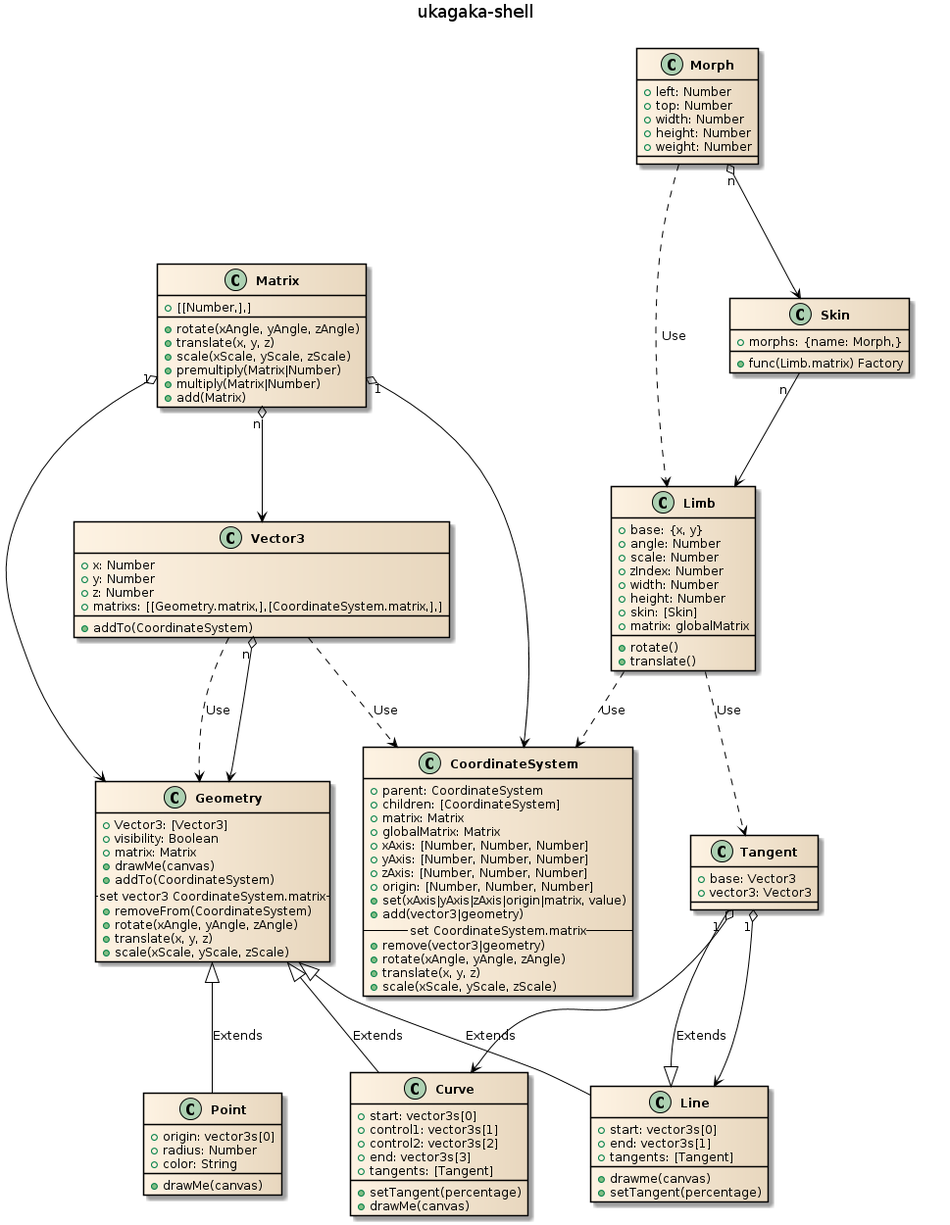
The PlantUML diagram ukagaka-shell.png in defims/ukagaka, before a commit. Source of this version:
```plantuml
@startuml
skinparam backgroundColor transparent
skinparam class{
    backgroundColor #fef3e3|#e8d7be
    borderColor black
    ArrowColor black
    fontName    sans-serif
    fontStyle   bold
}
skinparam classAttributeFontName sans-serif
skinparam classAttributeFontSize 12
title ukagaka-shell

class Vector3 {
    +x: Number
    +y: Number
    +z: Number
    +matrixs: [[Geometry.matrix,],[CoordinateSystem.matrix,],]
    +addTo(CoordinateSystem)
}

class Matrix {
    +[[Number,],]
    +rotate(xAngle, yAngle, zAngle)
    +translate(x, y, z)
    +scale(xScale, yScale, zScale)
    +premultiply(Matrix|Number)
    +multiply(Matrix|Number)
    +add(Matrix)
}

class Geometry {
    +Vector3: [Vector3]
    +visibility: Boolean
    +matrix: Matrix
    +drawMe(canvas)
    +addTo(CoordinateSystem)
    --set vector3 CoordinateSystem.matrix--
    +removeFrom(CoordinateSystem)
    +rotate(xAngle, yAngle, zAngle)
    +translate(x, y, z)
    +scale(xScale, yScale, zScale)
}

class CoordinateSystem{
    +parent: CoordinateSystem
    +children: [CoordinateSystem]
    +matrix: Matrix
    +globalMatrix: Matrix
    +xAxis: [Number, Number, Number]
    +yAxis: [Number, Number, Number]
    +zAxis: [Number, Number, Number]
    +origin: [Number, Number, Number]
    +set(xAxis|yAxis|zAxis|origin|matrix, value)
    +add(vector3|geometry)
    --set CoordinateSystem.matrix--
    +remove(vector3|geometry)
    +rotate(xAngle, yAngle, zAngle)
    +translate(x, y, z)
    +scale(xScale, yScale, zScale)
}

class Point{
    +origin: vector3s[0]
    +radius: Number
    +color: String
    +drawMe(canvas)
}

class Curve{
    +start: vector3s[0]
    +control1: vector3s[1]
    +control2: vector3s[2]
    +end: vector3s[3]
    +tangents: [Tangent]
    +setTangent(percentage)
    +drawMe(canvas)
}

class Line{
    +start: vector3s[0]
    +end: vector3s[1]
    +tangents: [Tangent]
    +drawme(canvas)
    +setTangent(percentage)
}

class Tangent{
    +base: Vector3
    +vector3: Vector3
}

class Limb{
    +base: {x, y}
    +angle: Number
    +scale: Number
    +zIndex: Number
    +width: Number
    +height: Number
    +skin: [Skin]
    +matrix: globalMatrix
    +rotate()
    +translate()
}

class Morph{
    +left: Number
    +top: Number
    +width: Number
    +height: Number
    +weight: Number
}

class Skin{
    +morphs: {name: Morph,}
    +func(Limb.matrix) Factory
}

Matrix "n" o--> Vector3
Matrix "1" o--> CoordinateSystem
Matrix "1" o--> Geometry
Vector3 "n" o--> Geometry
Vector3 ..> Geometry:Use
Vector3 ..> CoordinateSystem:Use
Geometry <|-- Point:Extends
Geometry <|-- Curve:Extends
Geometry <|-- Line:Extends
Tangent "1" o--> Curve
Tangent --|> Line:Extends
Tangent "1" o--> Line
Limb ..> CoordinateSystem:Use
Limb ..> Tangent:Use
Morph ..> Limb:Use
Morph "n" o--> Skin
Skin "n" --> Limb

@enduml
```
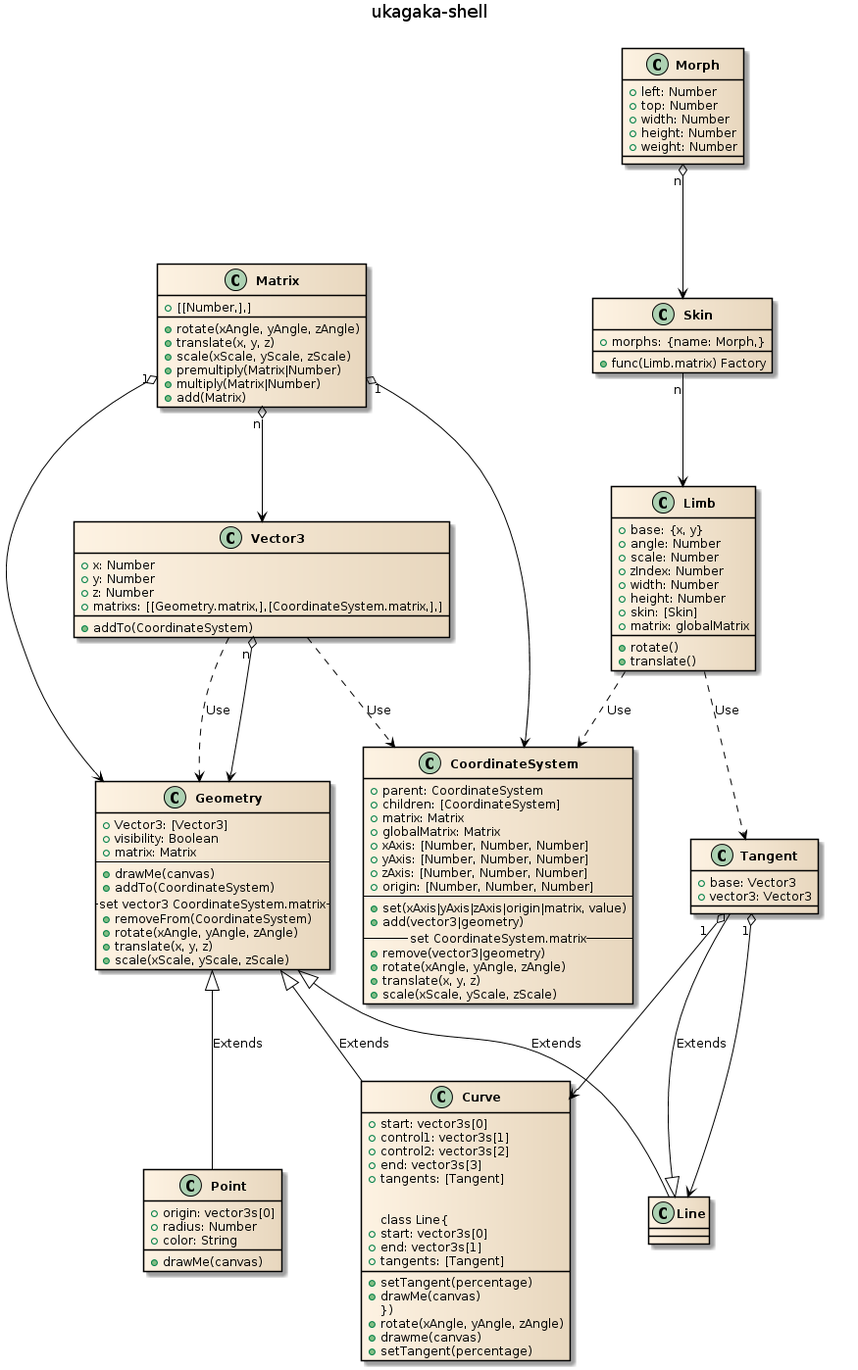
After the change.

What changed in the source:
```diff
@@ -33,6 +33,7 @@
     +Vector3: [Vector3]
     +visibility: Boolean
     +matrix: Matrix
+    ----
     +drawMe(canvas)
     +addTo(CoordinateSystem)
     --set vector3 CoordinateSystem.matrix--
@@ -51,6 +52,7 @@
     +yAxis: [Number, Number, Number]
     +zAxis: [Number, Number, Number]
     +origin: [Number, Number, Number]
+    ----
     +set(xAxis|yAxis|zAxis|origin|matrix, value)
     +add(vector3|geometry)
     --set CoordinateSystem.matrix--
@@ -75,7 +77,9 @@
     +tangents: [Tangent]
     +setTangent(percentage)
     +drawMe(canvas)
-}
+})
+    +rotate(xAngle, yAngle, zAngle)
+
 
 class Line{
     +start: vector3s[0]
@@ -130,7 +134,6 @@
 Tangent "1" o--> Line
 Limb ..> CoordinateSystem:Use
 Limb ..> Tangent:Use
-Morph ..> Limb:Use
 Morph "n" o--> Skin
 Skin "n" --> Limb
 
```
